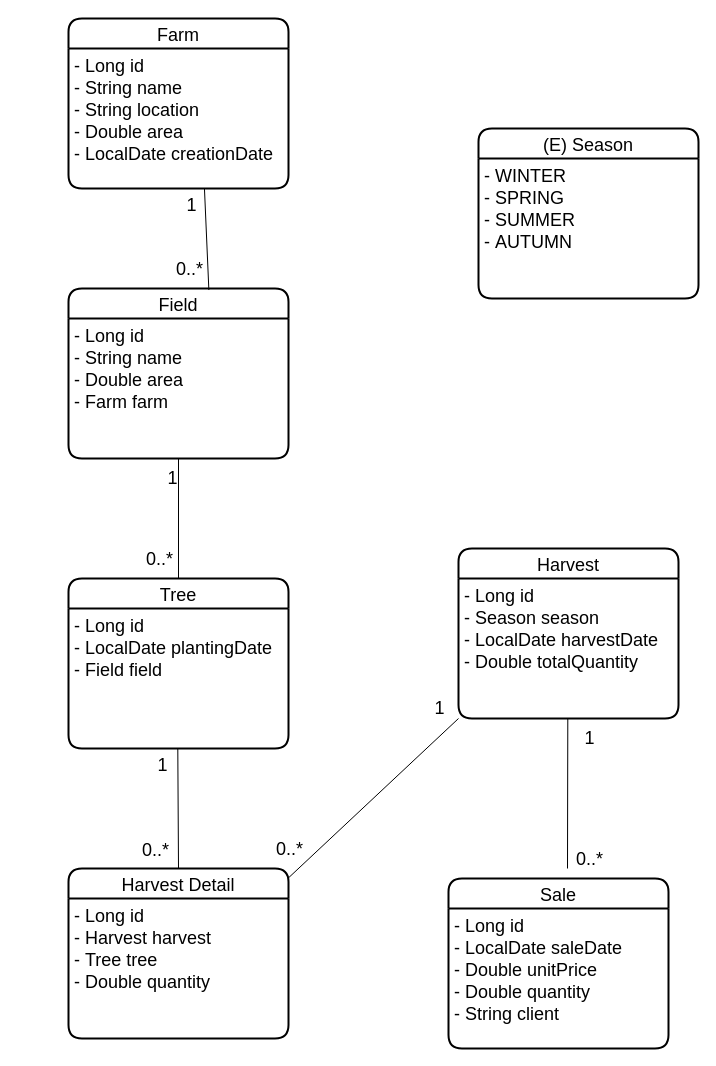
Earlier version of the draw.io diagram conception/ClassDiagram.drawio (salekelfahim/Citronix). Source tidied: cells renumbered, new cells numbered last; positions are measured from the earlier drawing's top-left corner, leaving out a move shared by most shapes. Both pictures are drawn from the tidied source at 100%, with x=0, y=0 at pixel (68, 18).
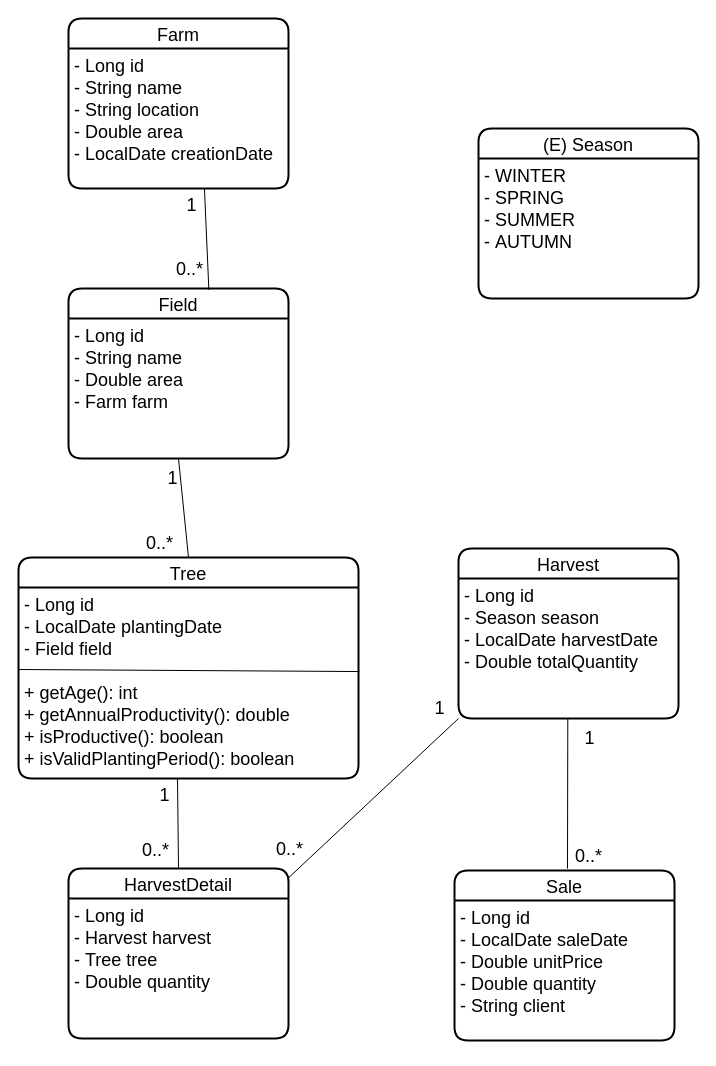
The same diagram, later.

Commit message:
Fixing mitake in diagram class

Unchanged cells that the change refers to:
```xml
<mxCell id="20" style="endArrow=none;html=1;rounded=0;fontSize=18;entryX=0.5;entryY=1;entryDx=0;entryDy=0;" parent="1" edge="1">
  <mxGeometry relative="1" as="geometry">
    <mxPoint x="499" y="850" as="sourcePoint" />
    <mxPoint x="499.3" y="700" as="targetPoint" />
  </mxGeometry>
</mxCell>
```

Diff of the diagram source:
```diff
@@
     <mxCell id="6" value="Tree" style="swimlane;horizontal=1;startSize=30;rounded=1;fontSize=18;fontStyle=0;strokeWidth=2;shadow=0;dashed=0;align=center;" parent="1" vertex="1">
-      <mxGeometry y="560" width="220" height="170" as="geometry" />
+      <mxGeometry x="-50" y="539" width="340" height="221" as="geometry" />
     </mxCell>
-    <mxCell id="7" value="- Long id&#10;- LocalDate plantingDate&#10;- Field field" style="align=left;strokeColor=none;fillColor=none;spacingLeft=4;fontSize=18;verticalAlign=top;" parent="6" vertex="1">
-      <mxGeometry y="30" width="220" height="140" as="geometry" />
+    <mxCell id="7" value="- Long id&#10;- LocalDate plantingDate&#10;- Field field&#10;&#10;+ getAge(): int&#10;+ getAnnualProductivity(): double&#10;+ isProductive(): boolean&#10;+ isValidPlantingPeriod(): boolean" style="align=left;strokeColor=none;fillColor=none;spacingLeft=4;fontSize=18;verticalAlign=top;" parent="6" vertex="1">
+      <mxGeometry y="30" width="340" height="191" as="geometry" />
     </mxCell>
+    <mxCell id="31" style="endArrow=none;html=1;rounded=0;exitX=0;exitY=0.5;exitDx=0;exitDy=0;entryX=1.003;entryY=0.44;entryDx=0;entryDy=0;entryPerimeter=0;" parent="6" edge="1" target="7">
+      <mxGeometry relative="1" as="geometry">
+        <mxPoint y="112" as="sourcePoint" />
+      </mxGeometry>
+    </mxCell>
@@
-    <mxCell id="10" value="Harvest Detail" style="swimlane;horizontal=1;startSize=30;rounded=1;fontSize=18;fontStyle=0;strokeWidth=2;shadow=0;dashed=0;align=center;" parent="1" vertex="1">
+    <mxCell id="10" value="HarvestDetail" style="swimlane;horizontal=1;startSize=30;rounded=1;fontSize=18;fontStyle=0;strokeWidth=2;shadow=0;dashed=0;align=center;" parent="1" vertex="1">
       <mxGeometry y="850" width="220" height="170" as="geometry" />
     </mxCell>
@@
     <mxCell id="12" value="Sale " style="swimlane;horizontal=1;startSize=30;rounded=1;fontSize=18;fontStyle=0;strokeWidth=2;shadow=0;dashed=0;align=center;" parent="1" vertex="1">
-      <mxGeometry x="380" y="860" width="220" height="170" as="geometry" />
+      <mxGeometry x="386" y="852" width="220" height="170" as="geometry" />
     </mxCell>
@@
-    <mxCell id="18" style="endArrow=none;html=1;rounded=0;fontSize=18;entryX=0.5;entryY=1;entryDx=0;entryDy=0;exitX=0.5;exitY=0;exitDx=0;exitDy=0;" parent="1" edge="1" source="10">
+    <mxCell id="18" style="endArrow=none;html=1;rounded=0;fontSize=18;exitX=0.5;exitY=0;exitDx=0;exitDy=0;" parent="1" edge="1" source="10">
       <mxGeometry relative="1" as="geometry">
-        <mxPoint x="109.3" y="730" as="targetPoint" />
+        <mxPoint x="109" y="760" as="targetPoint" />
       </mxGeometry>
     </mxCell>
@@
     <mxCell id="22" value="0..*" style="edgeLabel;html=1;align=center;verticalAlign=middle;fontSize=18;" parent="20" vertex="1">
       <mxGeometry x="-0.7" y="-1" relative="1" as="geometry">
-        <mxPoint x="20" y="13" as="offset" />
+        <mxPoint x="19" y="10" as="offset" />
       </mxGeometry>
     </mxCell>
@@
     <mxCell id="26" value="1" style="edgeLabel;html=1;align=center;verticalAlign=middle;fontSize=18;" parent="20" vertex="1">
       <mxGeometry x="0.26" y="-5" relative="1" as="geometry">
-        <mxPoint x="-411" y="-9" as="offset" />
+        <mxPoint x="-409" y="21" as="offset" />
       </mxGeometry>
     </mxCell>
     <mxCell id="27" value="0..*" style="edgeLabel;html=1;align=center;verticalAlign=middle;fontSize=18;" parent="20" vertex="1">
       <mxGeometry x="-0.7" y="-1" relative="1" as="geometry">
-        <mxPoint x="-410" y="-287" as="offset" />
+        <mxPoint x="-410" y="-303" as="offset" />
       </mxGeometry>
     </mxCell>
```
